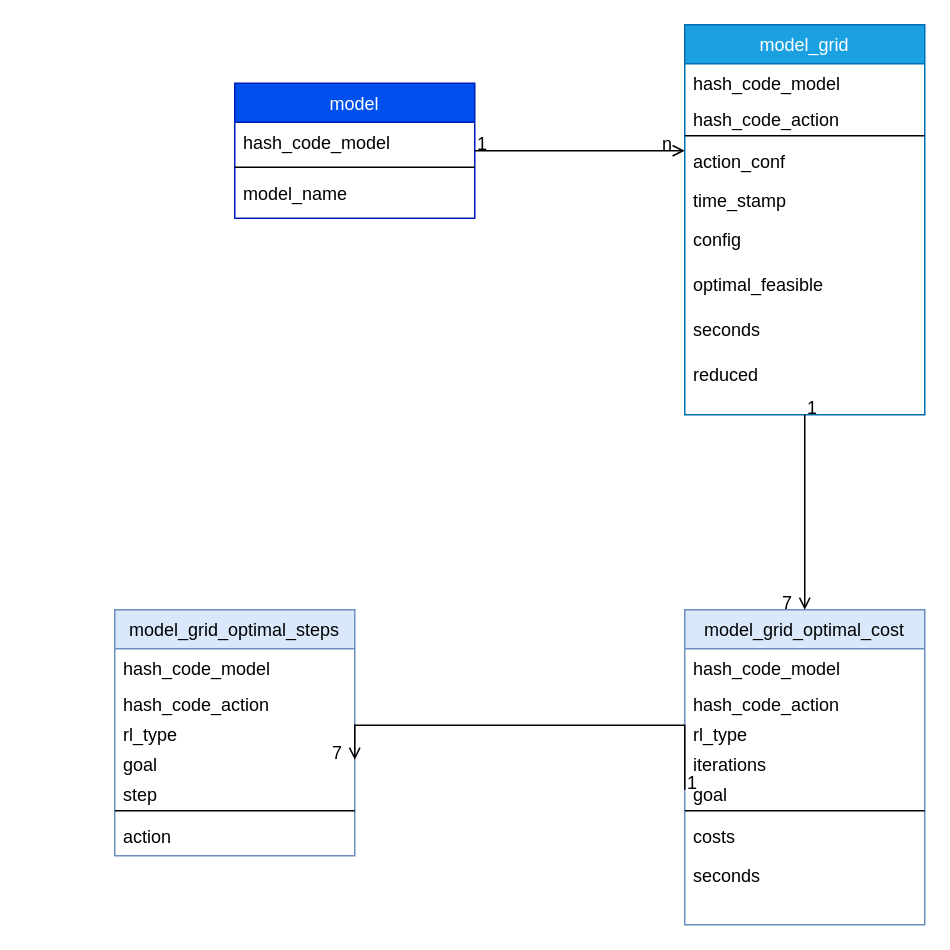
MatthiasWikenheiser/goal_recognition keeps this draw.io diagram as Datenmodell.drawio. Above is the earlier version. Source tidied: cells renumbered, new cells numbered last; positions are measured from the earlier drawing's top-left corner, leaving out a move shared by most shapes. Both pictures are drawn from the tidied source at 150%, with x=0, y=0 at pixel (114, 24).
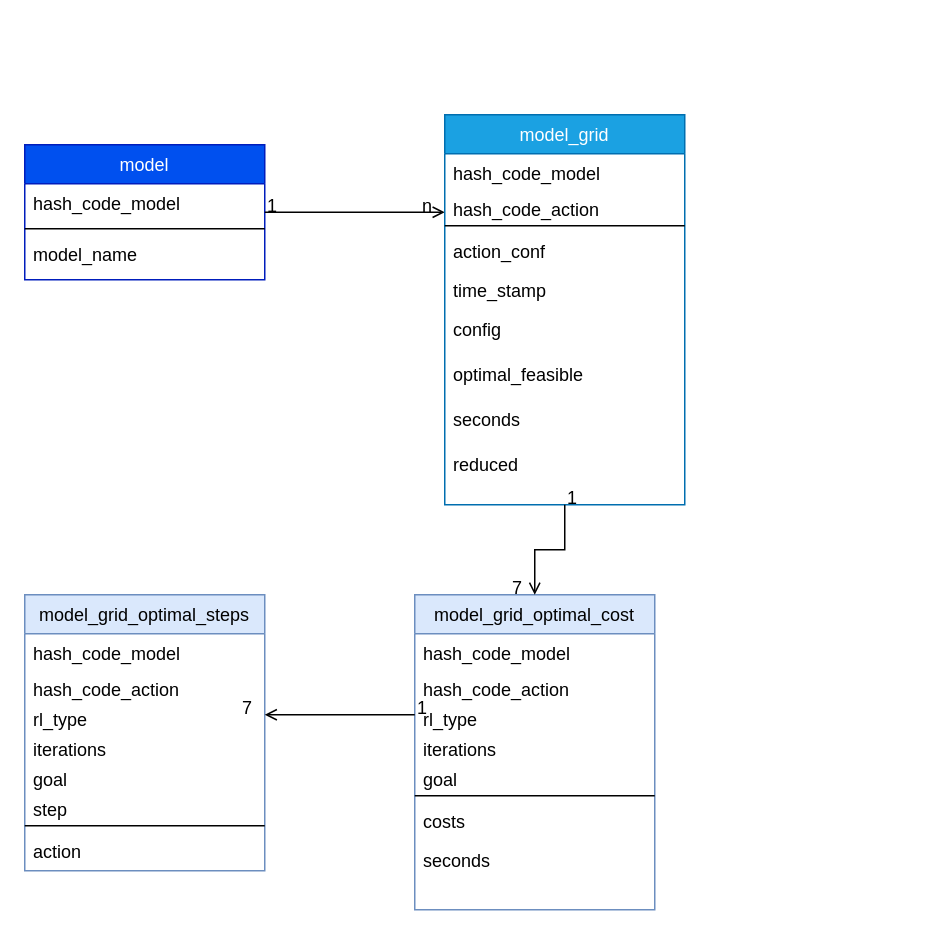
After the change.

Unchanged cells that the change refers to:
```xml
<mxCell id="22" value="rl_type&#10;" style="text;align=left;verticalAlign=top;spacingLeft=4;spacingRight=4;overflow=hidden;points=[[0,0.5],[1,0.5]];portConstraint=eastwest;" parent="19" vertex="1">
  <mxGeometry y="70" width="160" height="20" as="geometry" />
</mxCell>
<mxCell id="24" value="goal" style="text;align=left;verticalAlign=top;spacingLeft=4;spacingRight=4;overflow=hidden;points=[[0,0.5],[1,0.5]];portConstraint=eastwest;" parent="19" vertex="1">
  <mxGeometry y="110" width="160" height="20" as="geometry" />
</mxCell>
```

Diff of the diagram source:
```diff
@@
     <mxCell id="2" value="model" style="swimlane;fontStyle=0;align=center;verticalAlign=top;horizontal=1;startSize=26;rounded=0;shadow=0;strokeWidth=1;fillColor=#0050ef;strokeColor=#001DBC;fontColor=#ffffff;" parent="1" vertex="1">
-      <mxGeometry x="80" y="39" width="160" height="90" as="geometry" />
+      <mxGeometry x="-60" y="80" width="160" height="90" as="geometry" />
     </mxCell>
@@
     <mxCell id="9" value="model_grid&#10;" style="swimlane;fontStyle=0;align=center;verticalAlign=top;horizontal=1;startSize=26;rounded=0;shadow=0;strokeWidth=1;fillColor=#1ba1e2;strokeColor=#006EAF;fontColor=#ffffff;" parent="1" vertex="1">
-      <mxGeometry x="380" width="160" height="260" as="geometry" />
+      <mxGeometry x="220" y="60" width="160" height="260" as="geometry" />
     </mxCell>
@@
     <mxCell id="19" value="model_grid_optimal_cost&#10;" style="swimlane;fontStyle=0;align=center;verticalAlign=top;horizontal=1;startSize=26;rounded=0;shadow=0;strokeWidth=1;fillColor=#dae8fc;strokeColor=#6c8ebf;" parent="1" vertex="1">
-      <mxGeometry x="380" y="390" width="160" height="210" as="geometry" />
+      <mxGeometry x="200" y="380" width="160" height="210" as="geometry" />
     </mxCell>
@@
     <mxCell id="31" value="model_grid_optimal_steps&#10;" style="swimlane;fontStyle=0;align=center;verticalAlign=top;horizontal=1;startSize=26;rounded=0;shadow=0;strokeWidth=1;fillColor=#dae8fc;strokeColor=#6c8ebf;" parent="1" vertex="1">
-      <mxGeometry y="390" width="160" height="164" as="geometry" />
+      <mxGeometry x="-60" y="380" width="160" height="184" as="geometry" />
     </mxCell>
@@
+    <mxCell id="42" value="rl_type" style="text;align=left;verticalAlign=top;spacingLeft=4;spacingRight=4;overflow=hidden;points=[[0,0.5],[1,0.5]];portConstraint=eastwest;" parent="31" vertex="1">
+      <mxGeometry y="70" width="160" height="20" as="geometry" />
+    </mxCell>
-    <mxCell id="34" value="rl_type" style="text;align=left;verticalAlign=top;spacingLeft=4;spacingRight=4;overflow=hidden;" parent="31" vertex="1">
-      <mxGeometry y="70" width="160" height="20" as="geometry" />
+    <mxCell id="34" value="iterations" style="text;align=left;verticalAlign=top;spacingLeft=4;spacingRight=4;overflow=hidden;" parent="31" vertex="1">
+      <mxGeometry y="90" width="160" height="20" as="geometry" />
     </mxCell>
     <mxCell id="35" value="goal" style="text;align=left;verticalAlign=top;spacingLeft=4;spacingRight=4;overflow=hidden;points=[[0,0.5],[1,0.5]];portConstraint=eastwest;" parent="31" vertex="1">
-      <mxGeometry y="90" width="160" height="20" as="geometry" />
+      <mxGeometry y="110" width="160" height="20" as="geometry" />
     </mxCell>
     <mxCell id="36" value="step" style="text;align=left;verticalAlign=top;spacingLeft=4;spacingRight=4;overflow=hidden;" parent="31" vertex="1">
-      <mxGeometry y="110" width="160" height="20" as="geometry" />
+      <mxGeometry y="130" width="160" height="20" as="geometry" />
     </mxCell>
     <mxCell id="37" style="line;html=1;strokeWidth=1;align=left;verticalAlign=middle;spacingTop=-1;spacingLeft=3;spacingRight=3;labelPosition=right;" parent="31" vertex="1">
-      <mxGeometry y="130" width="160" height="8" as="geometry" />
+      <mxGeometry y="150" width="160" height="8" as="geometry" />
     </mxCell>
     <mxCell id="38" value="action" style="text;align=left;verticalAlign=top;spacingLeft=4;spacingRight=4;overflow=hidden;" parent="31" vertex="1">
-      <mxGeometry y="138" width="160" height="26" as="geometry" />
+      <mxGeometry y="158" width="160" height="26" as="geometry" />
     </mxCell>
-    <mxCell id="39" style="endArrow=open;shadow=0;strokeWidth=1;rounded=0;endFill=1;edgeStyle=elbowEdgeStyle;elbow=vertical;exitX=0;exitY=0.5;exitDx=0;exitDy=0;entryX=1;entryY=0.5;entryDx=0;entryDy=0;" parent="1" edge="1" source="24" target="35">
+    <mxCell id="39" style="endArrow=open;shadow=0;strokeWidth=1;rounded=0;endFill=1;edgeStyle=elbowEdgeStyle;elbow=vertical;entryX=1;entryY=0.5;entryDx=0;entryDy=0;exitX=0;exitY=0.5;exitDx=0;exitDy=0;" parent="1" edge="1" source="22" target="42">
       <mxGeometry x="0.5" y="41" relative="1" as="geometry">
         <Array as="points">
-          <mxPoint x="330" y="467" />
+          <mxPoint x="180" y="460" />
+          <mxPoint x="340" y="467" />
         </Array>
         <mxPoint x="-40" y="32" as="offset" />
       </mxGeometry>
     </mxCell>
```
